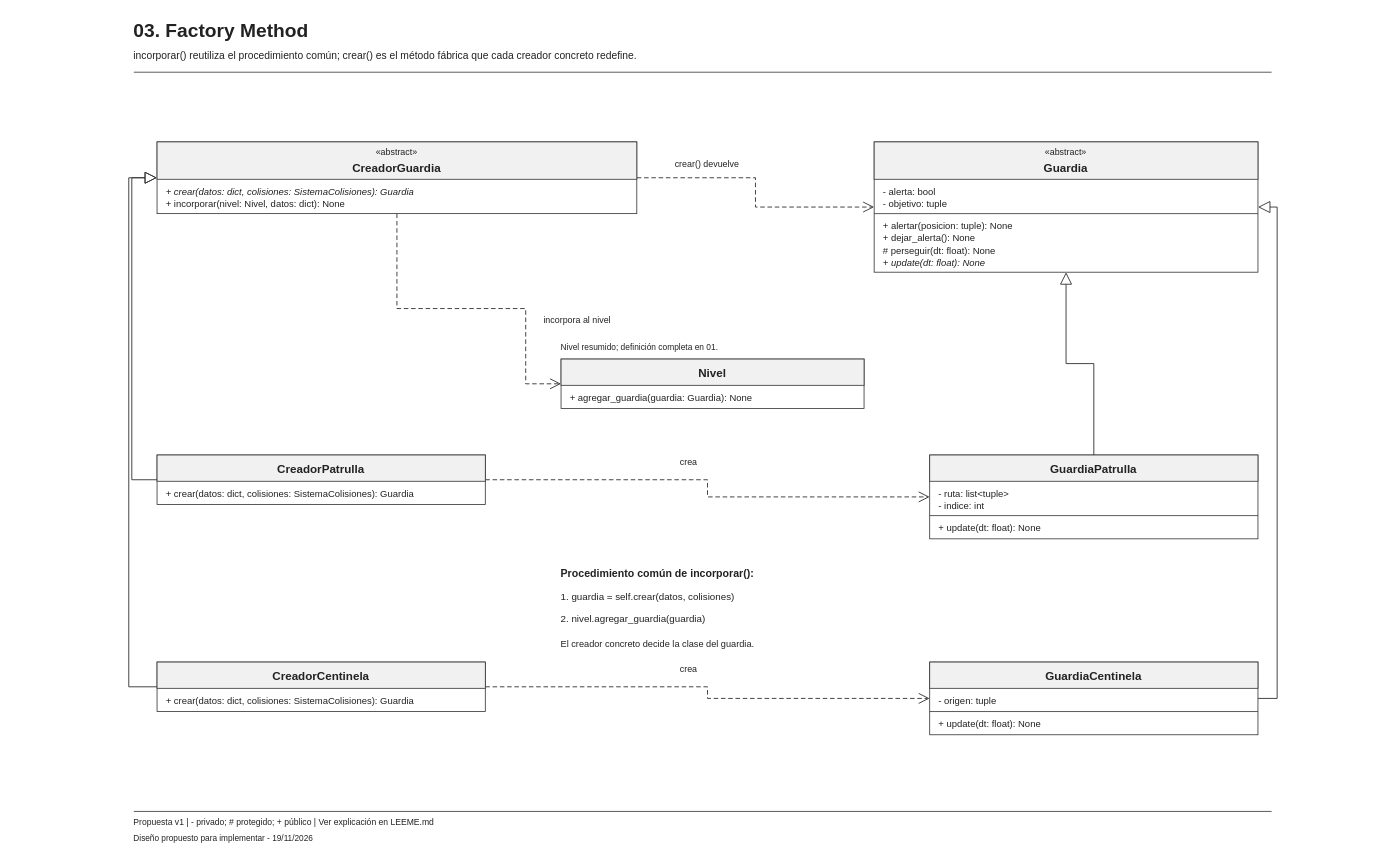
Before: diagramas_uml/drawio/03_factory_method.drawio in JhosFcL/FugaPrision, a draw.io diagram. Source tidied: cells renumbered, new cells numbered last; positions are measured from the earlier drawing's top-left corner, leaving out a move shared by most shapes. Both pictures are drawn from the tidied source at 101%, with x=0, y=0 at pixel (128, 17).
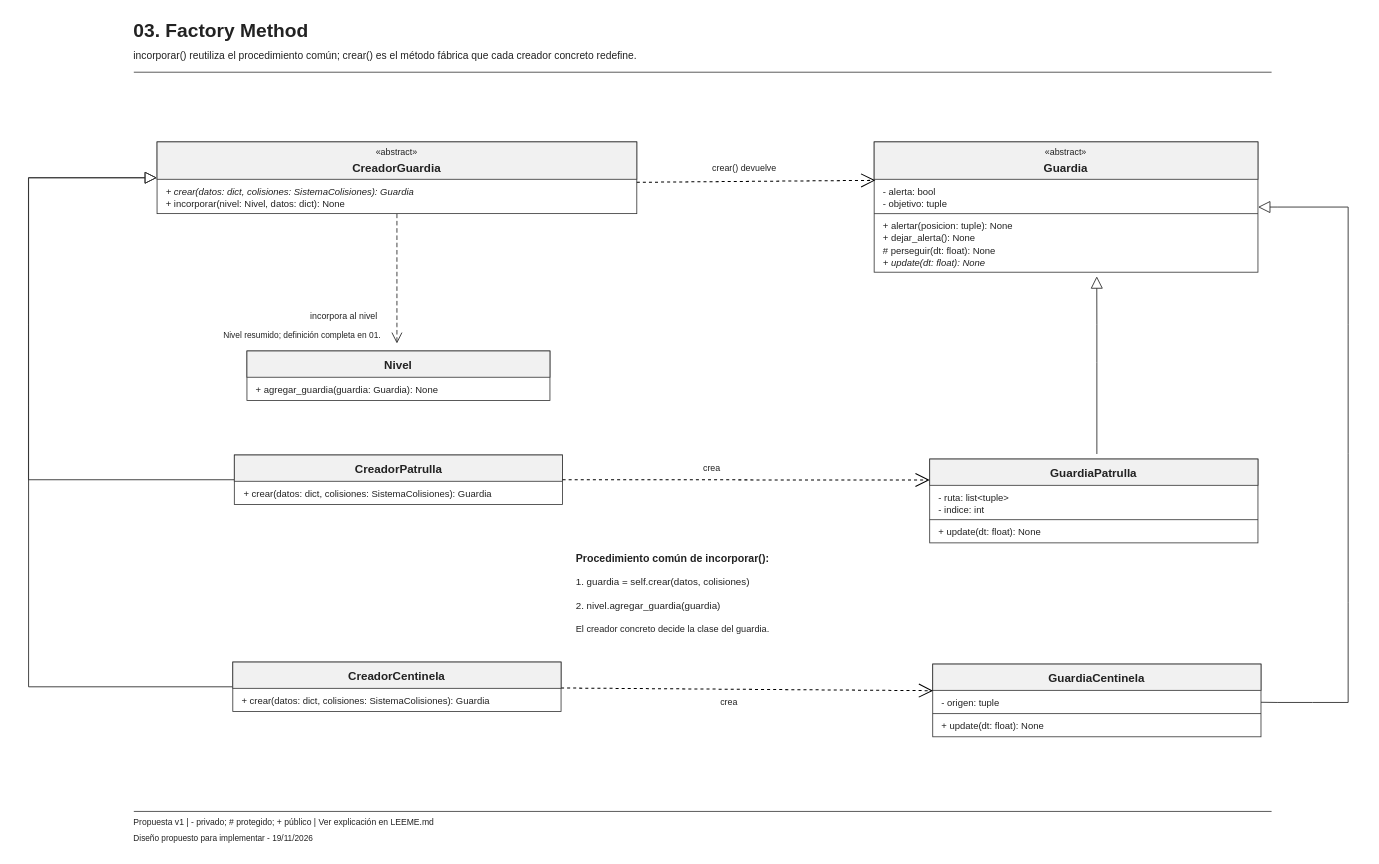
After the change.

The change refers to these unchanged cells:
```xml
<mxCell id="13" style="group;html=0;" parent="1" vertex="1">
  <mxGeometry x="28" y="123" width="475" height="71" as="geometry" />
</mxCell>
<mxCell id="20" style="group;html=0;" parent="1" vertex="1">
  <mxGeometry x="738" y="123" width="380" height="129" as="geometry" />
</mxCell>
```

What changed in the source:
```diff
@@
     <mxCell id="2" style="edgeStyle=none;rounded=0;html=0;strokeColor=#333333;strokeWidth=0.9;startArrow=none;endArrow=none;jettySize=0;endArrow=block;endFill=0;endSize=10;exitX=0.00000000;exitY=0.50000000;exitDx=0;exitDy=0;exitPerimeter=0;entryX=0.00000000;entryY=0.50000000;entryDx=0;entryDy=0;entryPerimeter=0;" parent="1" edge="1" source="32" target="13">
-      <mxGeometry relative="1" as="geometry">
+      <mxGeometry x="-0.17" relative="1" as="geometry">
         <Array as="points">
-          <mxPoint x="3" y="457.5" />
-          <mxPoint x="3" y="158.5" />
+          <mxPoint x="-99.3" y="457.5" />
+          <mxPoint x="-99.3" y="303.5" />
+          <mxPoint x="-99.3" y="158.5" />
         </Array>
       </mxGeometry>
     </mxCell>
     <mxCell id="3" style="edgeStyle=none;rounded=0;html=0;strokeColor=#333333;strokeWidth=0.9;startArrow=none;endArrow=none;jettySize=0;endArrow=block;endFill=0;endSize=10;exitX=0.00000000;exitY=0.50000000;exitDx=0;exitDy=0;exitPerimeter=0;entryX=0.00000000;entryY=0.50000000;entryDx=0;entryDy=0;entryPerimeter=0;" parent="1" edge="1" source="37" target="13">
-      <mxGeometry relative="1" as="geometry">
+      <mxGeometry x="-0.1" relative="1" as="geometry">
         <Array as="points">
-          <mxPoint y="662.5" />
-          <mxPoint y="158.5" />
+          <mxPoint x="-99.2" y="662.5" />
+          <mxPoint x="-99.2" y="384.3" />
+          <mxPoint x="-99.2" y="158.5" />
         </Array>
       </mxGeometry>
     </mxCell>
-    <mxCell id="4" style="edgeStyle=none;rounded=0;html=0;strokeColor=#333333;strokeWidth=0.9;startArrow=none;endArrow=none;jettySize=0;endArrow=block;endFill=0;endSize=10;exitX=0.50000000;exitY=0.00000000;exitDx=0;exitDy=0;exitPerimeter=0;entryX=0.50000000;entryY=1.00000000;entryDx=0;entryDy=0;entryPerimeter=0;" parent="1" edge="1" source="42" target="20">
-      <mxGeometry relative="1" as="geometry">
+    <mxCell id="4" style="edgeStyle=none;rounded=0;html=0;strokeColor=#333333;strokeWidth=0.9;startArrow=none;endArrow=none;jettySize=0;endArrow=block;endFill=0;endSize=10;exitX=0.50000000;exitY=0.00000000;exitDx=0;exitDy=0;exitPerimeter=0;entryX=0.58;entryY=1.031;entryDx=0;entryDy=0;entryPerimeter=0;" parent="1" edge="1" target="20">
+      <mxGeometry x="0.06" relative="1" as="geometry">
+        <mxPoint x="958.5" y="432" as="sourcePoint" />
         <Array as="points">
-          <mxPoint x="955.5" y="342.5" />
-          <mxPoint x="928" y="342.5" />
+          <mxPoint x="958.5" y="341.5" />
+          <mxPoint x="958.5" y="303.5" />
         </Array>
       </mxGeometry>
     </mxCell>
-    <mxCell id="5" style="edgeStyle=none;rounded=0;html=0;strokeColor=#333333;strokeWidth=0.9;startArrow=none;endArrow=none;jettySize=0;endArrow=block;endFill=0;endSize=10;exitX=1.00000000;exitY=0.50000000;exitDx=0;exitDy=0;exitPerimeter=0;entryX=1.00000000;entryY=0.50000000;entryDx=0;entryDy=0;entryPerimeter=0;" parent="1" edge="1" source="50" target="20">
-      <mxGeometry relative="1" as="geometry">
+    <mxCell id="5" style="edgeStyle=none;rounded=0;html=0;strokeColor=#333333;strokeWidth=0.9;startArrow=none;endArrow=none;jettySize=0;endArrow=block;endFill=0;endSize=10;entryX=1.00000000;entryY=0.50000000;entryDx=0;entryDy=0;entryPerimeter=0;" parent="1" edge="1" source="50" target="20">
+      <mxGeometry x="0.01" relative="1" as="geometry">
         <Array as="points">
-          <mxPoint x="1137" y="674" />
+          <mxPoint x="1137" y="678" />
+          <mxPoint x="1172" y="678" />
+          <mxPoint x="1207.3" y="678" />
+          <mxPoint x="1207.3" y="579.3" />
+          <mxPoint x="1207.3" y="431.8" />
+          <mxPoint x="1207.3" y="303.5" />
+          <mxPoint x="1207.3" y="187.5" />
           <mxPoint x="1137" y="187.5" />
         </Array>
       </mxGeometry>
     </mxCell>
-    <mxCell id="6" style="edgeStyle=none;rounded=0;html=0;strokeColor=#333333;strokeWidth=0.9;startArrow=none;endArrow=none;jettySize=0;endArrow=open;endFill=0;endSize=9;dashed=1;dashPattern=5 3;exitX=1.00000000;exitY=0.50000000;exitDx=0;exitDy=0;exitPerimeter=0;entryX=0.00000000;entryY=0.50000000;entryDx=0;entryDy=0;entryPerimeter=0;" parent="1" edge="1" source="13" target="20">
-      <mxGeometry relative="1" as="geometry">
-        <Array as="points">
-          <mxPoint x="620.5" y="158.5" />
-          <mxPoint x="620.5" y="187.5" />
-        </Array>
-      </mxGeometry>
-    </mxCell>
-    <mxCell id="7" style="edgeStyle=none;rounded=0;html=0;strokeColor=#333333;strokeWidth=0.9;startArrow=none;endArrow=none;jettySize=0;endArrow=open;endFill=0;endSize=9;dashed=1;dashPattern=5 3;exitX=0.50000000;exitY=1.00000000;exitDx=0;exitDy=0;exitPerimeter=0;entryX=0.00000000;entryY=0.50000000;entryDx=0;entryDy=0;entryPerimeter=0;" parent="1" edge="1" source="13" target="57">
-      <mxGeometry relative="1" as="geometry">
+    <mxCell id="7" style="edgeStyle=none;rounded=0;html=0;strokeColor=#333333;strokeWidth=0.9;startArrow=none;endArrow=none;jettySize=0;endArrow=open;endFill=0;endSize=9;dashed=1;dashPattern=5 3;exitX=0.50000000;exitY=1.00000000;exitDx=0;exitDy=0;exitPerimeter=0;" parent="1" edge="1" source="13">
+      <mxGeometry x="-0.01" relative="1" as="geometry">
+        <mxPoint x="265.5" y="322.7" as="targetPoint" />
         <Array as="points">
-          <mxPoint x="265.5" y="288" />
-          <mxPoint x="393" y="288" />
-          <mxPoint x="393" y="362.5" />
+          <mxPoint x="265.5" y="306" />
         </Array>
       </mxGeometry>
     </mxCell>
-    <mxCell id="8" style="edgeStyle=none;rounded=0;html=0;strokeColor=#333333;strokeWidth=0.9;startArrow=none;endArrow=none;jettySize=0;endArrow=open;endFill=0;endSize=9;dashed=1;dashPattern=5 3;exitX=1.00000000;exitY=0.50000000;exitDx=0;exitDy=0;exitPerimeter=0;entryX=0.00000000;entryY=0.50000000;entryDx=0;entryDy=0;entryPerimeter=0;" parent="1" edge="1" source="32" target="42">
-      <mxGeometry relative="1" as="geometry">
-        <Array as="points">
-          <mxPoint x="573" y="457.5" />
-          <mxPoint x="573" y="474.5" />
-        </Array>
-      </mxGeometry>
-    </mxCell>
-    <mxCell id="9" style="edgeStyle=none;rounded=0;html=0;strokeColor=#333333;strokeWidth=0.9;startArrow=none;endArrow=none;jettySize=0;endArrow=open;endFill=0;endSize=9;dashed=1;dashPattern=5 3;exitX=1.00000000;exitY=0.50000000;exitDx=0;exitDy=0;exitPerimeter=0;entryX=0.00000000;entryY=0.50000000;entryDx=0;entryDy=0;entryPerimeter=0;" parent="1" edge="1" source="37" target="50">
-      <mxGeometry relative="1" as="geometry">
-        <Array as="points">
-          <mxPoint x="573" y="662.5" />
-          <mxPoint x="573" y="674" />
-        </Array>
-      </mxGeometry>
-    </mxCell>
@@
     <mxCell id="32" style="group;html=0;" parent="1" vertex="1">
-      <mxGeometry x="28" y="433" width="325" height="49" as="geometry" />
+      <mxGeometry x="104.5" y="433" width="325" height="49" as="geometry" />
     </mxCell>
@@
-    <mxCell id="37" style="group;html=0;" parent="1" vertex="1">
-      <mxGeometry x="28" y="638" width="325" height="49" as="geometry" />
-    </mxCell>
-    <mxCell id="38" style="shape=rectangle;fillColor=#ffffff;strokeColor=#333333;strokeWidth=0.8;" parent="37" vertex="1">
-      <mxGeometry width="325" height="49" as="geometry" />
-    </mxCell>
-    <mxCell id="39" style="shape=rectangle;fillColor=#f1f1f1;strokeColor=#333333;strokeWidth=0.8;" parent="37" vertex="1">
-      <mxGeometry width="325" height="26" as="geometry" />
-    </mxCell>
-    <mxCell id="40" value="CreadorCentinela" style="text;html=0;whiteSpace=wrap;align=center;verticalAlign=middle;fontFamily=Arial;fontSize=11.5;fontStyle=1;strokeColor=none;fillColor=none;fontColor=#222222;spacing=0;" parent="37" vertex="1">
-      <mxGeometry y="2" width="325" height="23" as="geometry" />
-    </mxCell>
-    <mxCell id="41" value="+ crear(datos: dict, colisiones: SistemaColisiones): Guardia" style="text;html=0;whiteSpace=wrap;align=left;verticalAlign=middle;fontFamily=Arial;fontSize=9.4;fontStyle=0;strokeColor=none;fillColor=none;fontColor=#222222;spacing=0;" parent="37" vertex="1">
-      <mxGeometry x="9" y="32" width="307" height="12" as="geometry" />
-    </mxCell>
     <mxCell id="42" style="group;html=0;" parent="1" vertex="1">
-      <mxGeometry x="793" y="433" width="325" height="83" as="geometry" />
+      <mxGeometry x="793" y="437" width="325" height="83" as="geometry" />
     </mxCell>
@@
     <mxCell id="50" style="group;html=0;" parent="1" vertex="1">
-      <mxGeometry x="793" y="638" width="325" height="72" as="geometry" />
+      <mxGeometry x="796" y="640" width="325" height="72" as="geometry" />
     </mxCell>
@@
     <mxCell id="57" style="group;html=0;" parent="1" vertex="1">
-      <mxGeometry x="428" y="338" width="300" height="49" as="geometry" />
+      <mxGeometry x="117" y="330" width="300" height="49" as="geometry" />
     </mxCell>
@@
     <mxCell id="62" value="Nivel resumido; definición completa en 01." style="text;html=0;whiteSpace=wrap;align=left;verticalAlign=middle;fontFamily=Arial;fontSize=8.3;fontStyle=0;strokeColor=none;fillColor=none;fontColor=#222222;spacing=0;" parent="1" vertex="1">
-      <mxGeometry x="428" y="319" width="400" height="16" as="geometry" />
+      <mxGeometry x="94" y="307" width="164" height="16" as="geometry" />
     </mxCell>
     <mxCell id="63" value="Procedimiento común de incorporar():" style="text;html=0;whiteSpace=wrap;align=left;verticalAlign=middle;fontFamily=Arial;fontSize=10.5;fontStyle=1;strokeColor=none;fillColor=none;fontColor=#222222;spacing=0;" parent="1" vertex="1">
-      <mxGeometry x="428" y="540.5" width="710.6" height="18.5" as="geometry" />
+      <mxGeometry x="443" y="526" width="710.6" height="18.5" as="geometry" />
     </mxCell>
     <mxCell id="64" value="1. guardia = self.crear(datos, colisiones)" style="text;html=0;whiteSpace=wrap;align=left;verticalAlign=middle;fontFamily=Arial;fontSize=9.7;fontStyle=0;strokeColor=none;fillColor=none;fontColor=#222222;spacing=0;" parent="1" vertex="1">
-      <mxGeometry x="428" y="564.3" width="710.6" height="17.7" as="geometry" />
+      <mxGeometry x="443" y="549" width="710.6" height="17.7" as="geometry" />
     </mxCell>
     <mxCell id="65" value="2. nivel.agregar_guardia(guardia)" style="text;html=0;whiteSpace=wrap;align=left;verticalAlign=middle;fontFamily=Arial;fontSize=9.7;fontStyle=0;strokeColor=none;fillColor=none;fontColor=#222222;spacing=0;" parent="1" vertex="1">
-      <mxGeometry x="428" y="586.3" width="710.6" height="17.7" as="geometry" />
+      <mxGeometry x="443" y="573" width="710.6" height="17.7" as="geometry" />
     </mxCell>
     <mxCell id="66" value="El creador concreto decide la clase del guardia." style="text;html=0;whiteSpace=wrap;align=left;verticalAlign=middle;fontFamily=Arial;fontSize=9.1;fontStyle=0;strokeColor=none;fillColor=none;fontColor=#222222;spacing=0;" parent="1" vertex="1">
-      <mxGeometry x="428" y="612.9" width="710.6" height="17.1" as="geometry" />
+      <mxGeometry x="443" y="597" width="710.6" height="17.1" as="geometry" />
     </mxCell>
     <mxCell id="67" value="crear() devuelve" style="text;html=0;whiteSpace=wrap;align=left;verticalAlign=middle;fontFamily=Arial;fontSize=8.8;fontStyle=0;strokeColor=none;fillColor=none;fontColor=#222222;spacing=0;fillColor=#ffffff;" parent="1" vertex="1">
-      <mxGeometry x="541" y="137" width="85.6" height="15" as="geometry" />
+      <mxGeometry x="578" y="141.5" width="66" height="15" as="geometry" />
     </mxCell>
     <mxCell id="68" value="incorpora al nivel" style="text;html=0;whiteSpace=wrap;align=left;verticalAlign=middle;fontFamily=Arial;fontSize=8.8;fontStyle=0;strokeColor=none;fillColor=none;fontColor=#222222;spacing=0;fillColor=#ffffff;" parent="1" vertex="1">
-      <mxGeometry x="411" y="292" width="95.8" height="15" as="geometry" />
+      <mxGeometry x="180" y="288" width="70" height="15" as="geometry" />
     </mxCell>
     <mxCell id="69" value="crea" style="text;html=0;whiteSpace=wrap;align=left;verticalAlign=middle;fontFamily=Arial;fontSize=8.8;fontStyle=0;strokeColor=none;fillColor=none;fontColor=#222222;spacing=0;fillColor=#ffffff;" parent="1" vertex="1">
-      <mxGeometry x="546" y="432" width="54" height="15" as="geometry" />
+      <mxGeometry x="569" y="438.5" width="54" height="15" as="geometry" />
     </mxCell>
     <mxCell id="70" value="crea" style="text;html=0;whiteSpace=wrap;align=left;verticalAlign=middle;fontFamily=Arial;fontSize=8.8;fontStyle=0;strokeColor=none;fillColor=none;fontColor=#222222;spacing=0;fillColor=#ffffff;" parent="1" vertex="1">
-      <mxGeometry x="546" y="637" width="54" height="15" as="geometry" />
+      <mxGeometry x="585.5" y="670.5" width="21" height="15" as="geometry" />
     </mxCell>
@@
+    <mxCell id="74" style="endArrow=open;endSize=12;dashed=1;html=1;rounded=0;defaultLabelBackgroundColor=page;labelPadding=0 4;entryX=0.003;entryY=0.295;entryDx=0;entryDy=0;entryPerimeter=0;" parent="1" edge="1" target="20">
+      <mxGeometry relative="1" as="geometry">
+        <mxPoint x="503" y="163" as="sourcePoint" />
+      </mxGeometry>
+    </mxCell>
+    <mxCell id="8" style="endArrow=open;endSize=12;dashed=1;html=1;rounded=0;defaultLabelBackgroundColor=page;labelPadding=0 4;entryX=0;entryY=0.25;entryDx=0;entryDy=0;exitX=1;exitY=0.5;exitDx=0;exitDy=0;" parent="1" edge="1" source="32" target="42">
+      <mxGeometry relative="1" as="geometry" />
+    </mxCell>
+    <mxCell id="9" style="endArrow=open;endSize=12;dashed=1;html=1;rounded=0;defaultLabelBackgroundColor=page;labelPadding=0 4;entryX=0.001;entryY=0.366;entryDx=0;entryDy=0;entryPerimeter=0;" parent="1" edge="1" source="37" target="50">
+      <mxGeometry relative="1" as="geometry" />
+    </mxCell>
+    <mxCell id="75" style="endArrow=open;endSize=12;dashed=1;html=1;rounded=0;defaultLabelBackgroundColor=page;labelPadding=0 4;entryX=0.001;entryY=0.366;entryDx=0;entryDy=0;entryPerimeter=0;" parent="1" edge="1" target="37">
+      <mxGeometry relative="1" as="geometry">
+        <mxPoint x="353" y="664" as="sourcePoint" />
+      </mxGeometry>
+    </mxCell>
+    <mxCell id="37" style="group;html=0;" parent="1" vertex="1">
+      <mxGeometry x="103" y="638" width="325" height="49" as="geometry" />
+    </mxCell>
+    <mxCell id="38" style="shape=rectangle;fillColor=#ffffff;strokeColor=#333333;strokeWidth=0.8;" parent="37" vertex="1">
+      <mxGeometry width="325" height="49" as="geometry" />
+    </mxCell>
+    <mxCell id="39" style="shape=rectangle;fillColor=#f1f1f1;strokeColor=#333333;strokeWidth=0.8;" parent="37" vertex="1">
+      <mxGeometry width="325" height="26" as="geometry" />
+    </mxCell>
+    <mxCell id="40" value="CreadorCentinela" style="text;html=0;whiteSpace=wrap;align=center;verticalAlign=middle;fontFamily=Arial;fontSize=11.5;fontStyle=1;strokeColor=none;fillColor=none;fontColor=#222222;spacing=0;" parent="37" vertex="1">
+      <mxGeometry y="2" width="325" height="23" as="geometry" />
+    </mxCell>
+    <mxCell id="41" value="+ crear(datos: dict, colisiones: SistemaColisiones): Guardia" style="text;html=0;whiteSpace=wrap;align=left;verticalAlign=middle;fontFamily=Arial;fontSize=9.4;fontStyle=0;strokeColor=none;fillColor=none;fontColor=#222222;spacing=0;" parent="37" vertex="1">
+      <mxGeometry x="9" y="32" width="307" height="12" as="geometry" />
+    </mxCell>
```
